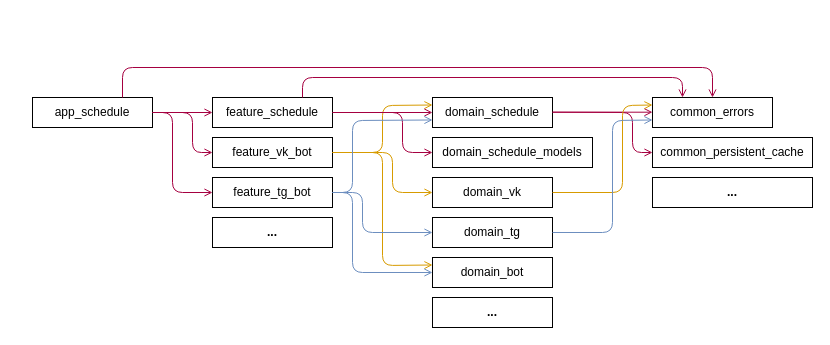
Above: .github/media/mpeix-backend-arch-demo.drawio in tonykolomeytsev/mpeix-backend (draw.io), before the change. Source tidied: cells renumbered, new cells numbered last; positions are measured from the earlier drawing's top-left corner, leaving out a move shared by most shapes. Both pictures are drawn from the tidied source at 100%, with x=0, y=0 at pixel (32, 67).
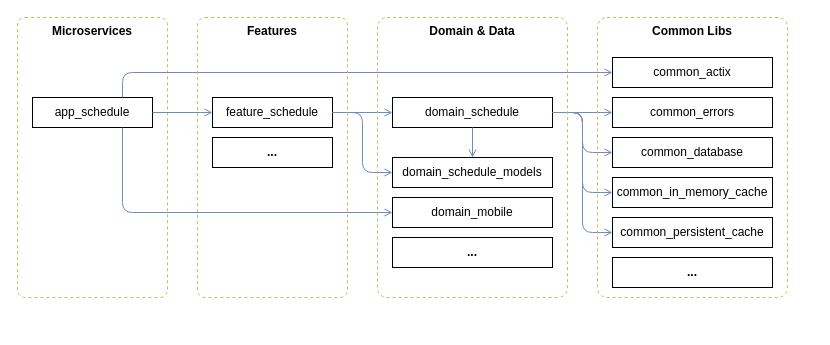
Above is the later version.

Commit message (it also covers changes not shown here):
Update arch illustration

The change refers to these unchanged cells:
```xml
<mxCell id="2" value="app_schedule" style="rounded=0;whiteSpace=wrap;html=1;" parent="1" vertex="1">
  <mxGeometry y="30" width="120" height="30" as="geometry" />
</mxCell>
<mxCell id="3" value="feature_schedule" style="rounded=0;whiteSpace=wrap;html=1;" parent="1" vertex="1">
  <mxGeometry x="180" y="30" width="120" height="30" as="geometry" />
</mxCell>
```

Diff of the diagram source:
```diff
@@
+    <mxCell id="33" style="rounded=1;whiteSpace=wrap;html=1;fillColor=none;strokeColor=#d6b656;arcSize=5;fillStyle=auto;dashed=1;" parent="1" vertex="1">
+      <mxGeometry x="-15" y="-50" width="150" height="280" as="geometry" />
+    </mxCell>
@@
-    <mxCell id="4" value="feature_vk_bot" style="rounded=0;whiteSpace=wrap;html=1;" parent="1" vertex="1">
-      <mxGeometry x="180" y="70" width="120" height="30" as="geometry" />
-    </mxCell>
-    <mxCell id="5" value="feature_tg_bot" style="rounded=0;whiteSpace=wrap;html=1;" parent="1" vertex="1">
-      <mxGeometry x="180" y="110" width="120" height="30" as="geometry" />
-    </mxCell>
     <mxCell id="6" value="domain_schedule" style="rounded=0;whiteSpace=wrap;html=1;" parent="1" vertex="1">
-      <mxGeometry x="400" y="30" width="120" height="30" as="geometry" />
+      <mxGeometry x="360" y="30" width="160" height="30" as="geometry" />
     </mxCell>
-    <mxCell id="7" value="domain_vk" style="rounded=0;whiteSpace=wrap;html=1;" parent="1" vertex="1">
-      <mxGeometry x="400" y="110" width="120" height="30" as="geometry" />
-    </mxCell>
-    <mxCell id="8" value="domain_tg" style="rounded=0;whiteSpace=wrap;html=1;" parent="1" vertex="1">
-      <mxGeometry x="400" y="150" width="120" height="30" as="geometry" />
-    </mxCell>
-    <mxCell id="9" value="domain_bot" style="rounded=0;whiteSpace=wrap;html=1;" parent="1" vertex="1">
-      <mxGeometry x="400" y="190" width="120" height="30" as="geometry" />
-    </mxCell>
     <mxCell id="10" value="domain_schedule_models" style="rounded=0;whiteSpace=wrap;html=1;" parent="1" vertex="1">
-      <mxGeometry x="400" y="70" width="160" height="30" as="geometry" />
+      <mxGeometry x="360" y="90" width="160" height="30" as="geometry" />
     </mxCell>
-    <mxCell id="11" style="endArrow=open;endSize=6;html=1;rounded=1;entryX=0;entryY=0.5;entryDx=0;entryDy=0;strokeWidth=1;fillColor=#d80073;strokeColor=#A50040;" parent="1" edge="1" target="5">
-      <mxGeometry relative="1" as="geometry">
-        <mxPoint x="120" y="45" as="sourcePoint" />
-        <Array as="points">
-          <mxPoint x="140" y="45" />
-          <mxPoint x="140" y="125" />
-        </Array>
-      </mxGeometry>
-    </mxCell>
-    <mxCell id="12" style="endArrow=open;endSize=6;html=1;rounded=1;endFill=0;exitX=1;exitY=0.5;exitDx=0;exitDy=0;entryX=0;entryY=0.25;entryDx=0;entryDy=0;fillColor=#ffe6cc;strokeColor=#d79b00;strokeWidth=1;" parent="1" edge="1" source="4" target="6">
-      <mxGeometry relative="1" as="geometry">
-        <Array as="points">
-          <mxPoint x="350" y="85" />
-          <mxPoint x="350" y="38" />
-        </Array>
-      </mxGeometry>
-    </mxCell>
-    <mxCell id="13" style="endArrow=open;endSize=6;html=1;rounded=1;exitX=1;exitY=0.5;exitDx=0;exitDy=0;entryX=0;entryY=0.5;entryDx=0;entryDy=0;endFill=0;fillColor=#ffe6cc;strokeColor=#d79b00;strokeWidth=1;" parent="1" edge="1" source="4" target="7">
-      <mxGeometry relative="1" as="geometry">
-        <Array as="points">
-          <mxPoint x="360" y="85" />
-          <mxPoint x="360" y="125" />
-        </Array>
-      </mxGeometry>
-    </mxCell>
-    <mxCell id="14" style="endArrow=open;endSize=6;html=1;rounded=1;entryX=0;entryY=0.5;entryDx=0;entryDy=0;strokeWidth=1;exitX=1;exitY=0.5;exitDx=0;exitDy=0;fillColor=#d80073;strokeColor=#A50040;" parent="1" edge="1" source="2" target="4">
-      <mxGeometry relative="1" as="geometry">
-        <Array as="points">
-          <mxPoint x="160" y="45" />
-          <mxPoint x="160" y="85" />
-        </Array>
-      </mxGeometry>
-    </mxCell>
-    <mxCell id="15" style="endArrow=open;endSize=6;html=1;rounded=1;entryX=0;entryY=0.5;entryDx=0;entryDy=0;strokeWidth=1;fillColor=#d80073;strokeColor=#A50040;" parent="1" edge="1" target="3">
+    <mxCell id="15" style="endArrow=open;endSize=6;html=1;rounded=1;entryX=0;entryY=0.5;entryDx=0;entryDy=0;strokeWidth=1;fillColor=#d80073;strokeColor=#6C8EBF;" parent="1" edge="1" target="3">
       <mxGeometry relative="1" as="geometry">
         <mxPoint x="120" y="45" as="sourcePoint" />
       </mxGeometry>
     </mxCell>
-    <mxCell id="16" style="endArrow=open;endSize=6;html=1;rounded=1;exitX=1;exitY=0.5;exitDx=0;exitDy=0;entryX=0;entryY=0.25;entryDx=0;entryDy=0;endFill=0;fillColor=#ffe6cc;strokeColor=#d79b00;strokeWidth=1;" parent="1" edge="1" source="4" target="9">
-      <mxGeometry relative="1" as="geometry">
-        <Array as="points">
-          <mxPoint x="350" y="85" />
-          <mxPoint x="350" y="198" />
-        </Array>
-      </mxGeometry>
-    </mxCell>
-    <mxCell id="17" style="endArrow=open;endSize=6;html=1;rounded=1;exitX=1;exitY=0.5;exitDx=0;exitDy=0;entryX=0;entryY=0.5;entryDx=0;entryDy=0;endFill=0;fillColor=#dae8fc;strokeColor=#6c8ebf;strokeWidth=1;" parent="1" edge="1" source="5" target="8">
-      <mxGeometry relative="1" as="geometry">
-        <Array as="points">
-          <mxPoint x="330" y="125" />
-          <mxPoint x="330" y="165" />
-        </Array>
-      </mxGeometry>
-    </mxCell>
-    <mxCell id="18" style="endArrow=open;endSize=6;html=1;rounded=1;exitX=1;exitY=0.5;exitDx=0;exitDy=0;endFill=0;entryX=0;entryY=0.5;entryDx=0;entryDy=0;fillColor=#dae8fc;strokeColor=#6c8ebf;strokeWidth=1;" parent="1" edge="1" source="5" target="9">
-      <mxGeometry relative="1" as="geometry">
-        <Array as="points">
-          <mxPoint x="320" y="125" />
-          <mxPoint x="320" y="205" />
-        </Array>
-      </mxGeometry>
-    </mxCell>
+    <mxCell id="22" value="common_errors" style="rounded=0;whiteSpace=wrap;html=1;" parent="1" vertex="1">
+      <mxGeometry x="580" y="30" width="160" height="30" as="geometry" />
+    </mxCell>
+    <mxCell id="23" value="common_persistent_cache" style="rounded=0;whiteSpace=wrap;html=1;" parent="1" vertex="1">
+      <mxGeometry x="580" y="150" width="160" height="30" as="geometry" />
+    </mxCell>
+    <mxCell id="30" value="..." style="rounded=0;whiteSpace=wrap;html=1;fontStyle=1;" parent="1" vertex="1">
+      <mxGeometry x="580" y="190" width="160" height="30" as="geometry" />
+    </mxCell>
+    <mxCell id="34" value="common_actix" style="rounded=0;whiteSpace=wrap;html=1;" parent="1" vertex="1">
+      <mxGeometry x="580" y="-10" width="160" height="30" as="geometry" />
+    </mxCell>
+    <mxCell id="35" value="common_database" style="rounded=0;whiteSpace=wrap;html=1;" parent="1" vertex="1">
+      <mxGeometry x="580" y="70" width="160" height="30" as="geometry" />
+    </mxCell>
+    <mxCell id="36" value="domain_mobile" style="rounded=0;whiteSpace=wrap;html=1;" parent="1" vertex="1">
+      <mxGeometry x="360" y="130" width="160" height="30" as="geometry" />
+    </mxCell>
+    <mxCell id="37" style="endArrow=open;endSize=6;html=1;rounded=1;entryX=0;entryY=0.5;entryDx=0;entryDy=0;strokeWidth=1;fillColor=#d80073;strokeColor=#6C8EBF;exitX=0.75;exitY=1;exitDx=0;exitDy=0;" parent="1" edge="1" source="2" target="36">
+      <mxGeometry relative="1" as="geometry">
+        <Array as="points">
+          <mxPoint x="90" y="145" />
+        </Array>
+      </mxGeometry>
+    </mxCell>
-    <mxCell id="19" style="endArrow=open;endSize=6;html=1;rounded=1;exitX=1;exitY=0.5;exitDx=0;exitDy=0;entryX=0;entryY=0.5;entryDx=0;entryDy=0;endFill=0;strokeWidth=1;fillColor=#d80073;strokeColor=#A50040;" parent="1" edge="1" source="3" target="10">
+    <mxCell id="19" style="endArrow=open;endSize=6;html=1;rounded=1;entryX=0;entryY=0.5;entryDx=0;entryDy=0;strokeWidth=1;fillColor=#d80073;strokeColor=#6C8EBF;exitX=1;exitY=0.5;exitDx=0;exitDy=0;" parent="1" edge="1" source="3" target="10">
       <mxGeometry relative="1" as="geometry">
         <Array as="points">
-          <mxPoint x="370" y="45" />
-          <mxPoint x="370" y="85" />
+          <mxPoint x="330" y="45" />
+          <mxPoint x="330" y="105" />
         </Array>
       </mxGeometry>
     </mxCell>
-    <mxCell id="20" style="endArrow=open;endSize=6;html=1;rounded=1;exitX=1;exitY=0.5;exitDx=0;exitDy=0;entryX=0;entryY=0.5;entryDx=0;entryDy=0;endFill=0;strokeWidth=1;fillColor=#d80073;strokeColor=#A50040;" parent="1" edge="1" source="3" target="6">
+    <mxCell id="20" style="endArrow=open;endSize=6;html=1;rounded=1;entryX=0;entryY=0.5;entryDx=0;entryDy=0;strokeWidth=1;fillColor=#d80073;strokeColor=#6C8EBF;exitX=1;exitY=0.5;exitDx=0;exitDy=0;" parent="1" edge="1" source="3" target="6">
       <mxGeometry relative="1" as="geometry" />
     </mxCell>
-    <mxCell id="21" style="endArrow=open;endSize=6;html=1;rounded=1;exitX=1;exitY=0.5;exitDx=0;exitDy=0;entryX=0;entryY=0.75;entryDx=0;entryDy=0;endFill=0;fillColor=#dae8fc;strokeColor=#6c8ebf;strokeWidth=1;" parent="1" edge="1" target="6">
-      <mxGeometry relative="1" as="geometry">
-        <mxPoint x="300" y="125" as="sourcePoint" />
-        <Array as="points">
-          <mxPoint x="320" y="125" />
-          <mxPoint x="320" y="53" />
-        </Array>
-      </mxGeometry>
-    </mxCell>
-    <mxCell id="22" value="common_errors" style="rounded=0;whiteSpace=wrap;html=1;" parent="1" vertex="1">
-      <mxGeometry x="620" y="30" width="120" height="30" as="geometry" />
-    </mxCell>
-    <mxCell id="23" value="common_persistent_cache" style="rounded=0;whiteSpace=wrap;html=1;" parent="1" vertex="1">
-      <mxGeometry x="620" y="70" width="160" height="30" as="geometry" />
-    </mxCell>
-    <mxCell id="24" style="endArrow=open;endSize=6;html=1;rounded=1;exitX=1;exitY=0.5;exitDx=0;exitDy=0;entryX=0;entryY=0.5;entryDx=0;entryDy=0;endFill=0;strokeWidth=1;fillColor=#d80073;strokeColor=#A50040;" parent="1" edge="1">
-      <mxGeometry relative="1" as="geometry">
-        <mxPoint x="520" y="44.7" as="sourcePoint" />
-        <mxPoint x="620" y="44.7" as="targetPoint" />
-      </mxGeometry>
-    </mxCell>
-    <mxCell id="25" style="endArrow=open;endSize=6;html=1;rounded=1;exitX=1;exitY=0.5;exitDx=0;exitDy=0;entryX=0;entryY=0.5;entryDx=0;entryDy=0;endFill=0;strokeWidth=1;fillColor=#d80073;strokeColor=#A50040;" parent="1" edge="1" target="23">
-      <mxGeometry relative="1" as="geometry">
-        <mxPoint x="520" y="44.7" as="sourcePoint" />
-        <Array as="points">
-          <mxPoint x="600" y="45" />
-          <mxPoint x="600" y="85" />
-        </Array>
-      </mxGeometry>
-    </mxCell>
-    <mxCell id="26" style="endArrow=open;endSize=6;html=1;rounded=1;exitX=1;exitY=0.5;exitDx=0;exitDy=0;entryX=0;entryY=0.25;entryDx=0;entryDy=0;endFill=0;fillColor=#ffe6cc;strokeColor=#d79b00;strokeWidth=1;" parent="1" edge="1" source="7" target="22">
-      <mxGeometry relative="1" as="geometry">
-        <Array as="points">
-          <mxPoint x="590" y="125" />
-          <mxPoint x="590" y="38" />
-        </Array>
-      </mxGeometry>
-    </mxCell>
-    <mxCell id="27" style="endArrow=open;endSize=6;html=1;rounded=1;exitX=1;exitY=0.5;exitDx=0;exitDy=0;entryX=0;entryY=0.75;entryDx=0;entryDy=0;endFill=0;fillColor=#dae8fc;strokeColor=#6c8ebf;strokeWidth=1;" parent="1" edge="1" source="8" target="22">
-      <mxGeometry relative="1" as="geometry">
-        <Array as="points">
-          <mxPoint x="580" y="165" />
-          <mxPoint x="580" y="53" />
-        </Array>
-      </mxGeometry>
-    </mxCell>
-    <mxCell id="28" style="endArrow=open;endSize=6;html=1;rounded=1;entryX=0.25;entryY=0;entryDx=0;entryDy=0;strokeWidth=1;exitX=0.75;exitY=0;exitDx=0;exitDy=0;fillColor=#d80073;strokeColor=#A50040;" parent="1" edge="1" source="3" target="22">
-      <mxGeometry relative="1" as="geometry">
-        <Array as="points">
-          <mxPoint x="270" y="10" />
-          <mxPoint x="650" y="10" />
-        </Array>
-      </mxGeometry>
-    </mxCell>
-    <mxCell id="29" style="endArrow=open;endSize=6;html=1;rounded=1;entryX=0.5;entryY=0;entryDx=0;entryDy=0;strokeWidth=1;exitX=0.75;exitY=0;exitDx=0;exitDy=0;fillColor=#d80073;strokeColor=#A50040;" parent="1" edge="1" source="2" target="22">
-      <mxGeometry relative="1" as="geometry">
-        <Array as="points">
-          <mxPoint x="90" />
-          <mxPoint x="680" />
-        </Array>
-      </mxGeometry>
-    </mxCell>
-    <mxCell id="30" value="..." style="rounded=0;whiteSpace=wrap;html=1;fontStyle=1;" parent="1" vertex="1">
-      <mxGeometry x="620" y="110" width="160" height="30" as="geometry" />
-    </mxCell>
-    <mxCell id="31" value="..." style="rounded=0;whiteSpace=wrap;html=1;fontStyle=1;" parent="1" vertex="1">
-      <mxGeometry x="400" y="230" width="120" height="30" as="geometry" />
-    </mxCell>
-    <mxCell id="32" value="..." style="rounded=0;whiteSpace=wrap;html=1;fontStyle=1;" parent="1" vertex="1">
-      <mxGeometry x="180" y="150" width="120" height="30" as="geometry" />
-    </mxCell>
+    <mxCell id="38" style="endArrow=open;endSize=6;html=1;rounded=1;strokeWidth=1;fillColor=#d80073;strokeColor=#6C8EBF;exitX=0.5;exitY=1;exitDx=0;exitDy=0;entryX=0.5;entryY=0;entryDx=0;entryDy=0;" parent="1" edge="1" source="6" target="10">
+      <mxGeometry relative="1" as="geometry" />
+    </mxCell>
+    <mxCell id="39" style="endArrow=open;endSize=6;html=1;rounded=1;entryX=0;entryY=0.5;entryDx=0;entryDy=0;strokeWidth=1;fillColor=#d80073;strokeColor=#6C8EBF;exitX=1;exitY=0.5;exitDx=0;exitDy=0;" parent="1" edge="1" source="6" target="35">
+      <mxGeometry relative="1" as="geometry">
+        <Array as="points">
+          <mxPoint x="550" y="45" />
+          <mxPoint x="550" y="85" />
+        </Array>
+      </mxGeometry>
+    </mxCell>
+    <mxCell id="40" value="common_in_memory_cache" style="rounded=0;whiteSpace=wrap;html=1;" parent="1" vertex="1">
+      <mxGeometry x="580" y="110" width="160" height="30" as="geometry" />
+    </mxCell>
+    <mxCell id="41" value="..." style="rounded=0;whiteSpace=wrap;html=1;fontStyle=1;" parent="1" vertex="1">
+      <mxGeometry x="360" y="170" width="160" height="30" as="geometry" />
+    </mxCell>
+    <mxCell id="42" value="..." style="rounded=0;whiteSpace=wrap;html=1;fontStyle=1;" parent="1" vertex="1">
+      <mxGeometry x="180" y="70" width="120" height="30" as="geometry" />
+    </mxCell>
+    <mxCell id="43" style="endArrow=open;endSize=6;html=1;rounded=1;entryX=0;entryY=0.5;entryDx=0;entryDy=0;strokeWidth=1;fillColor=#d80073;strokeColor=#6C8EBF;exitX=1;exitY=0.5;exitDx=0;exitDy=0;" parent="1" edge="1" source="6" target="22">
+      <mxGeometry relative="1" as="geometry" />
+    </mxCell>
+    <mxCell id="44" style="endArrow=open;endSize=6;html=1;rounded=1;entryX=0;entryY=0.5;entryDx=0;entryDy=0;strokeWidth=1;fillColor=#d80073;strokeColor=#6C8EBF;exitX=0.75;exitY=0;exitDx=0;exitDy=0;" parent="1" edge="1" source="2" target="34">
+      <mxGeometry relative="1" as="geometry">
+        <Array as="points">
+          <mxPoint x="90" y="5" />
+        </Array>
+      </mxGeometry>
+    </mxCell>
+    <mxCell id="45" style="endArrow=open;endSize=6;html=1;rounded=1;entryX=0;entryY=0.5;entryDx=0;entryDy=0;strokeWidth=1;fillColor=#d80073;strokeColor=#6C8EBF;exitX=1;exitY=0.5;exitDx=0;exitDy=0;" parent="1" edge="1" source="6" target="40">
+      <mxGeometry relative="1" as="geometry">
+        <Array as="points">
+          <mxPoint x="550" y="45" />
+          <mxPoint x="550" y="125" />
+        </Array>
+      </mxGeometry>
+    </mxCell>
+    <mxCell id="46" style="endArrow=open;endSize=6;html=1;rounded=1;entryX=0;entryY=0.5;entryDx=0;entryDy=0;strokeWidth=1;fillColor=#d80073;strokeColor=#6C8EBF;exitX=1;exitY=0.5;exitDx=0;exitDy=0;" parent="1" edge="1" source="6" target="23">
+      <mxGeometry relative="1" as="geometry">
+        <Array as="points">
+          <mxPoint x="550" y="45" />
+          <mxPoint x="550" y="165" />
+        </Array>
+      </mxGeometry>
+    </mxCell>
+    <mxCell id="47" value="Microservices" style="text;align=center;fontStyle=1;verticalAlign=middle;spacingLeft=3;spacingRight=3;strokeColor=none;" parent="1" vertex="1">
+      <mxGeometry x="20" y="-50" width="80" height="26" as="geometry" />
+    </mxCell>
+    <mxCell id="48" value="Features" style="text;align=center;fontStyle=1;verticalAlign=middle;spacingLeft=3;spacingRight=3;strokeColor=none;" parent="1" vertex="1">
+      <mxGeometry x="200" y="-50" width="80" height="26" as="geometry" />
+    </mxCell>
+    <mxCell id="49" value="Domain &amp; Data" style="text;align=center;fontStyle=1;verticalAlign=middle;spacingLeft=3;spacingRight=3;strokeColor=none;" parent="1" vertex="1">
+      <mxGeometry x="400" y="-50" width="80" height="26" as="geometry" />
+    </mxCell>
+    <mxCell id="50" value="Common Libs" style="text;align=center;fontStyle=1;verticalAlign=middle;spacingLeft=3;spacingRight=3;strokeColor=none;" parent="1" vertex="1">
+      <mxGeometry x="620" y="-50" width="80" height="26" as="geometry" />
+    </mxCell>
+    <mxCell id="51" style="rounded=1;whiteSpace=wrap;html=1;fillColor=none;strokeColor=#d6b656;arcSize=5;fillStyle=auto;dashed=1;" parent="1" vertex="1">
+      <mxGeometry x="165" y="-50" width="150" height="280" as="geometry" />
+    </mxCell>
+    <mxCell id="52" style="rounded=1;whiteSpace=wrap;html=1;fillColor=none;strokeColor=#d6b656;arcSize=5;fillStyle=auto;dashed=1;" parent="1" vertex="1">
+      <mxGeometry x="345" y="-50" width="190" height="280" as="geometry" />
+    </mxCell>
+    <mxCell id="53" style="rounded=1;whiteSpace=wrap;html=1;fillColor=none;strokeColor=#d6b656;arcSize=5;fillStyle=auto;dashed=1;" parent="1" vertex="1">
+      <mxGeometry x="565" y="-50" width="190" height="280" as="geometry" />
+    </mxCell>
```
